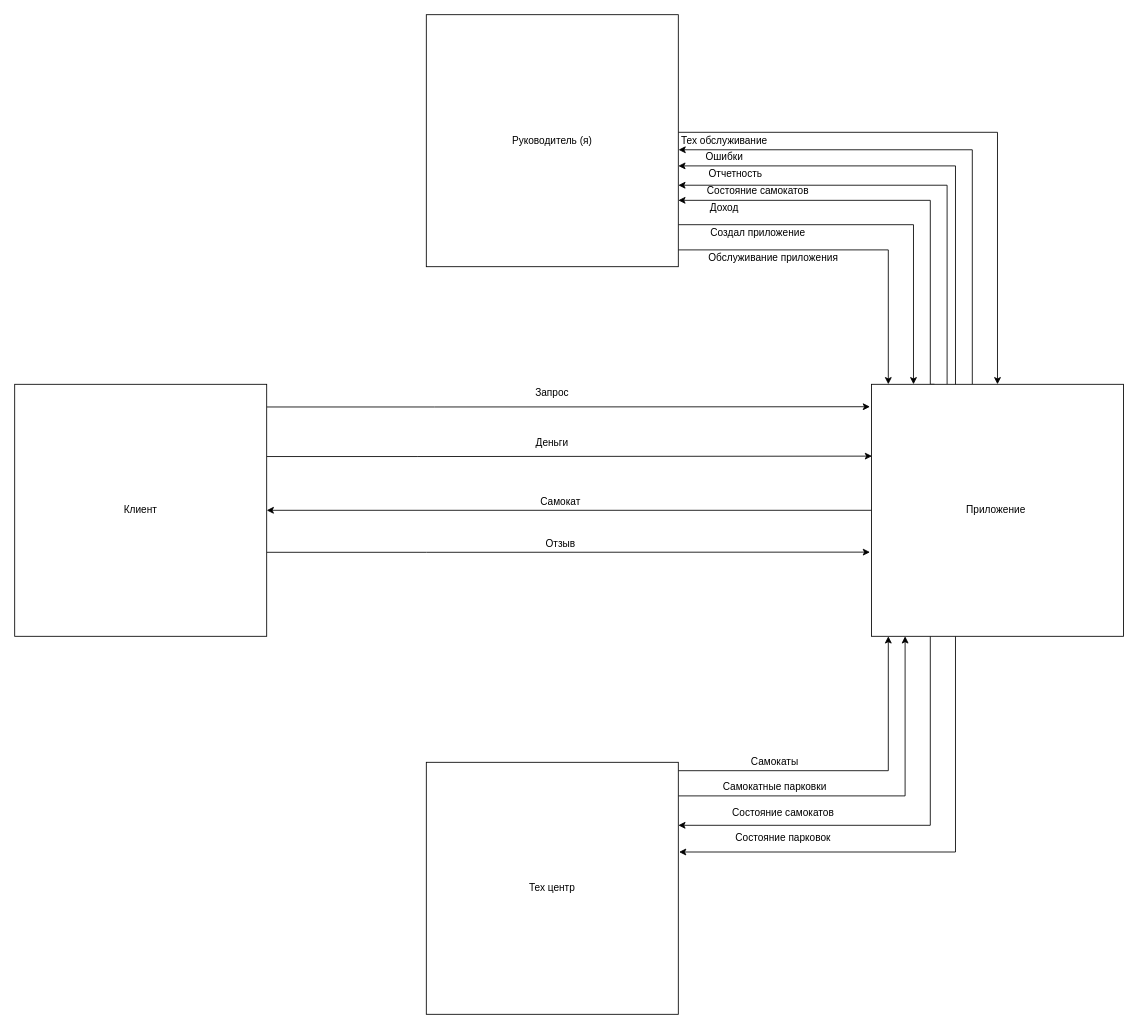
This is Лаба 2.drawio from DenchikKoz/Nothink, a draw.io file, before an edit. Source tidied: cells renumbered, new cells numbered last; positions are measured from the earlier drawing's top-left corner, leaving out a move shared by most shapes. Both pictures are drawn from the tidied source at 84%, with x=0, y=0 at pixel (14, 14).
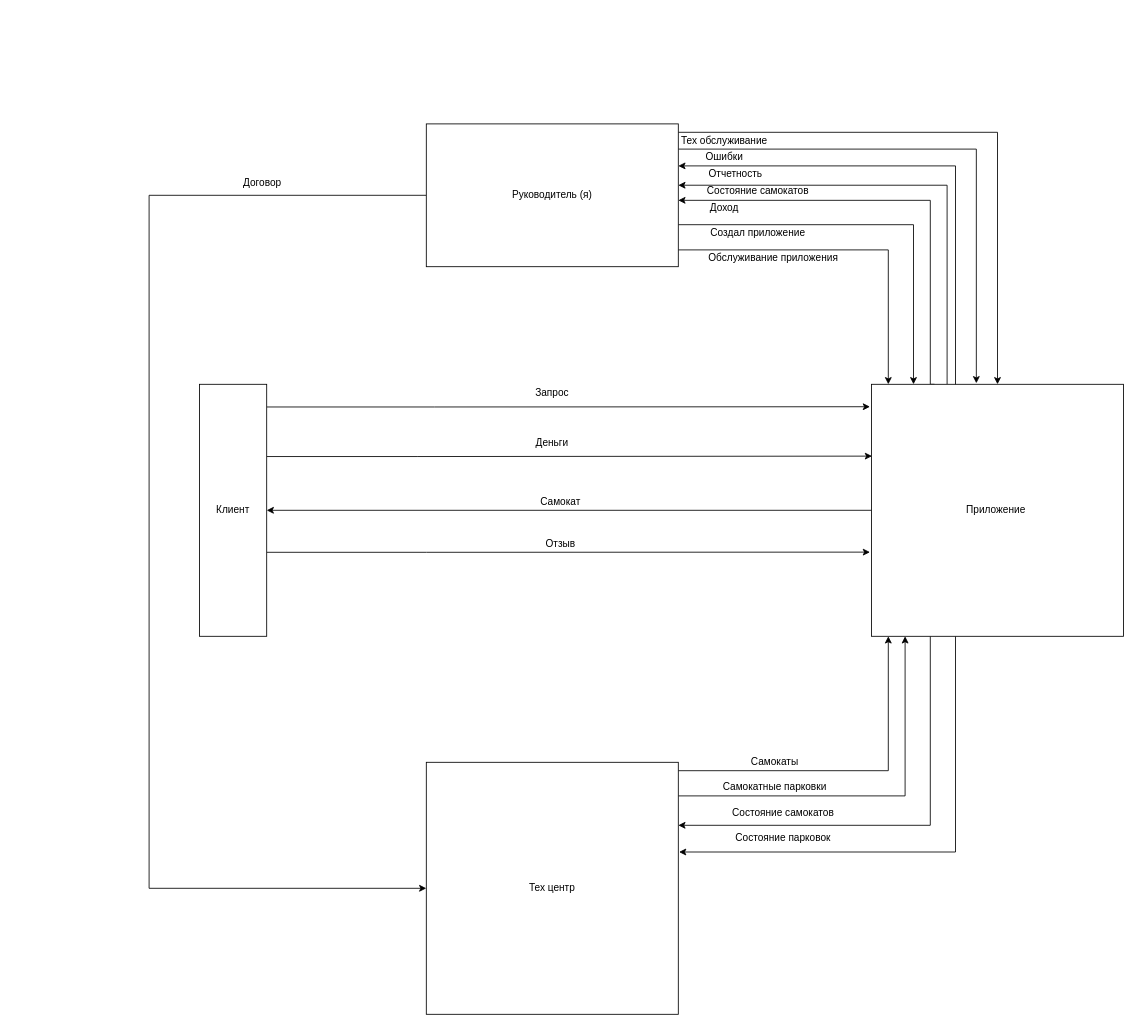
The same diagram, later.

The change refers to these unchanged cells:
```xml
<mxCell id="12" value="Приложение&amp;nbsp;" style="rounded=0;whiteSpace=wrap;html=1;" parent="1" vertex="1">
  <mxGeometry x="1020" y="440" width="300" height="300" as="geometry" />
</mxCell>
<mxCell id="19" value="Тех центр" style="rounded=0;whiteSpace=wrap;html=1;" parent="1" vertex="1">
  <mxGeometry x="490" y="890" width="300" height="300" as="geometry" />
</mxCell>
```

The edit, as a diff of the source:
```diff
@@
     <mxCell id="5" value="Клиент" style="rounded=0;whiteSpace=wrap;html=1;" parent="1" vertex="1">
-      <mxGeometry y="440" width="300" height="300" as="geometry" />
+      <mxGeometry x="220" y="440" width="80" height="300" as="geometry" />
     </mxCell>
@@
-    <mxCell id="8" style="edgeStyle=orthogonalEdgeStyle;rounded=0;jettySize=auto;html=1;entryX=1.001;entryY=0.536;entryDx=0;entryDy=0;entryPerimeter=0;" parent="1" edge="1" source="12" target="16">
-      <mxGeometry relative="1" as="geometry">
-        <Array as="points">
-          <mxPoint x="1140" y="161" />
-        </Array>
-      </mxGeometry>
-    </mxCell>
@@
+    <mxCell id="36" style="edgeStyle=orthogonalEdgeStyle;rounded=0;jettySize=auto;html=1;entryX=0;entryY=0.5;entryDx=0;entryDy=0;" parent="1" edge="1" source="16" target="19">
+      <mxGeometry relative="1" as="geometry">
+        <Array as="points">
+          <mxPoint x="160" y="215" />
+          <mxPoint x="160" y="1040" />
+        </Array>
+      </mxGeometry>
+    </mxCell>
+    <mxCell id="37" style="edgeStyle=orthogonalEdgeStyle;rounded=0;jettySize=auto;html=1;entryX=0.416;entryY=-0.004;entryDx=0;entryDy=0;entryPerimeter=0;" parent="1" edge="1" source="16" target="12">
+      <mxGeometry relative="1" as="geometry">
+        <Array as="points">
+          <mxPoint x="1145" y="160" />
+        </Array>
+      </mxGeometry>
+    </mxCell>
     <mxCell id="16" value="Руководитель (я)" style="rounded=0;whiteSpace=wrap;html=1;" parent="1" vertex="1">
-      <mxGeometry x="490" width="300" height="300" as="geometry" />
+      <mxGeometry x="490" y="130" width="300" height="170" as="geometry" />
     </mxCell>
@@
+    <mxCell id="38" value="Договор" style="text;html=1;strokeColor=none;fillColor=none;align=center;verticalAlign=middle;whiteSpace=wrap;rounded=0;" parent="1" vertex="1">
+      <mxGeometry x="230" y="190" width="130" height="20" as="geometry" />
+    </mxCell>
```
